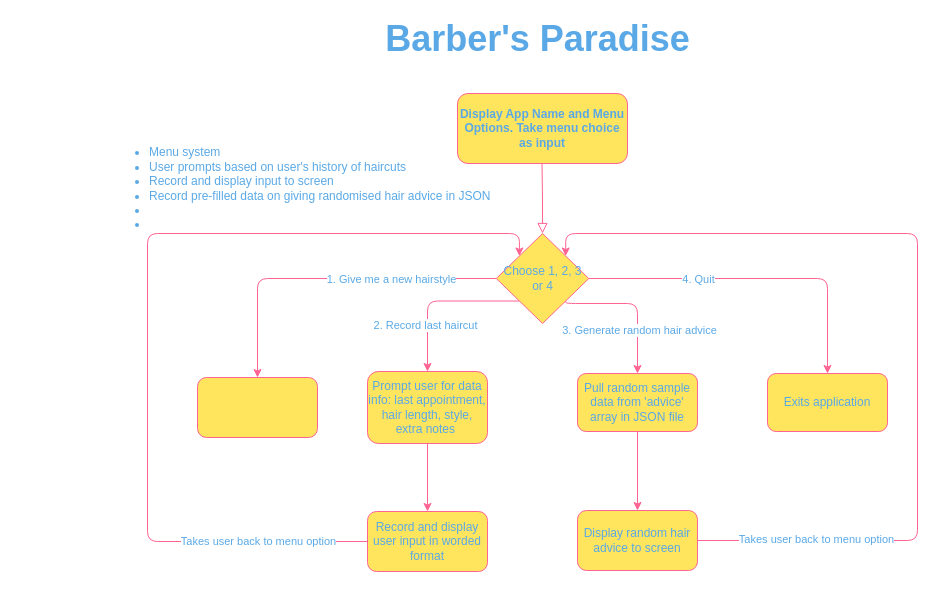
Above: docs/diagram.drawio in karlatolentino/T1A3---Terminal-App (draw.io), before the change. Source tidied: cells renumbered, new cells numbered last; positions are measured from the earlier drawing's top-left corner, leaving out a move shared by most shapes. Both pictures are drawn from the tidied source at 100%, with x=0, y=0 at pixel (107, 23).
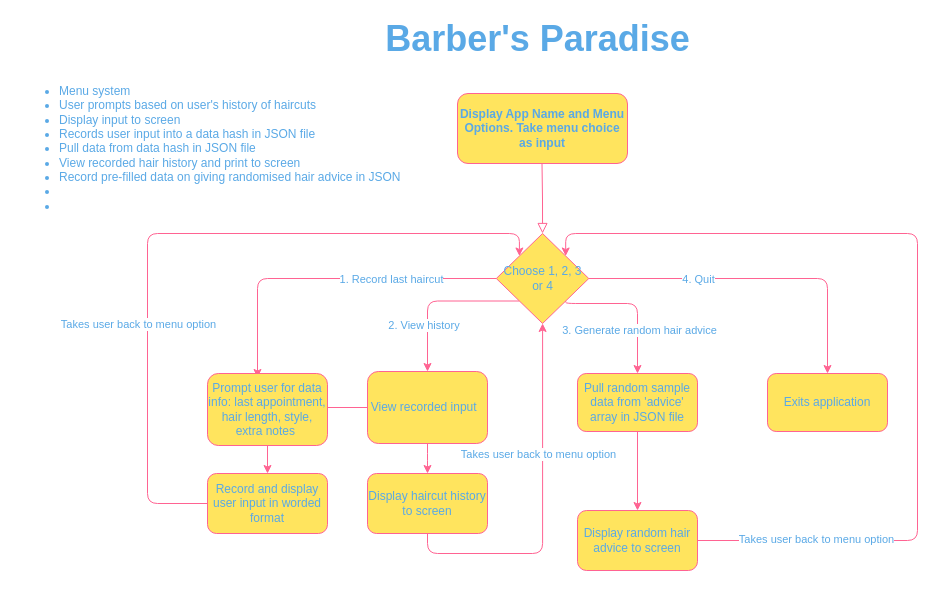
The same diagram, later.

Commit message:
updated flowchart diagram

Unchanged cells that the change refers to:
```xml
<mxCell id="7" style="edgeStyle=orthogonalEdgeStyle;curved=0;rounded=1;sketch=0;jettySize=auto;html=1;exitX=0;exitY=1;exitDx=0;exitDy=0;entryX=0.5;entryY=0;entryDx=0;entryDy=0;strokeColor=#FF6392;fillColor=#FFE45E;fontColor=#5AA9E6;" parent="1" edge="1" source="13" target="16">
  <mxGeometry relative="1" as="geometry" />
</mxCell>
<mxCell id="13" value="Choose 1, 2, 3 or 4" style="rhombus;whiteSpace=wrap;html=1;rounded=0;sketch=0;strokeColor=#FF6392;fillColor=#FFE45E;fontColor=#5AA9E6;" parent="1" vertex="1">
  <mxGeometry x="388.8" y="210" width="92.5" height="90" as="geometry" />
</mxCell>
```

Diff of the diagram source:
```diff
@@
-    <mxCell id="4" value="&lt;ul&gt;&lt;li&gt;Menu system&lt;/li&gt;&lt;li&gt;&lt;span&gt;User prompts based on user's history of haircuts&amp;nbsp;&lt;/span&gt;&lt;br&gt;&lt;/li&gt;&lt;li&gt;&lt;span&gt;Record and display input to screen&amp;nbsp;&lt;/span&gt;&lt;/li&gt;&lt;li&gt;Record pre-filled data on giving randomised hair advice in JSON&lt;/li&gt;&lt;li&gt;&lt;br&gt;&lt;/li&gt;&lt;li&gt;&lt;br&gt;&lt;/li&gt;&lt;/ul&gt;" style="text;html=1;align=left;verticalAlign=middle;fontColor=#5AA9E6;rotation=0;imageAspect=0;" parent="1" vertex="1">
-      <mxGeometry y="110" width="400" height="110" as="geometry" />
+    <mxCell id="4" value="&lt;ul&gt;&lt;li&gt;Menu system&lt;/li&gt;&lt;li&gt;&lt;span&gt;User prompts based on user's history of haircuts&amp;nbsp;&lt;/span&gt;&lt;br&gt;&lt;/li&gt;&lt;li&gt;&lt;span&gt;Display input to screen&lt;/span&gt;&lt;/li&gt;&lt;li&gt;&lt;span&gt;Records user input into a data hash in JSON file&lt;/span&gt;&lt;/li&gt;&lt;li&gt;&lt;span&gt;Pull data from data hash in JSON file&lt;/span&gt;&lt;/li&gt;&lt;li&gt;&lt;span&gt;View recorded hair history and print to screen&lt;/span&gt;&lt;/li&gt;&lt;li&gt;Record pre-filled data on giving randomised hair advice in JSON&lt;/li&gt;&lt;li&gt;&lt;br&gt;&lt;/li&gt;&lt;li&gt;&lt;br&gt;&lt;/li&gt;&lt;/ul&gt;" style="text;html=1;align=left;verticalAlign=middle;fontColor=#5AA9E6;rotation=0;imageAspect=0;" parent="1" vertex="1">
+      <mxGeometry x="-90" y="50" width="400" height="150" as="geometry" />
     </mxCell>
-    <mxCell id="5" style="edgeStyle=orthogonalEdgeStyle;curved=0;rounded=1;sketch=0;jettySize=auto;html=1;strokeColor=#FF6392;fillColor=#FFE45E;fontColor=#5AA9E6;entryX=0.5;entryY=0;entryDx=0;entryDy=0;" parent="1" edge="1" source="13" target="14">
+    <mxCell id="5" style="edgeStyle=orthogonalEdgeStyle;curved=0;rounded=1;sketch=0;jettySize=auto;html=1;strokeColor=#FF6392;fillColor=#FFE45E;fontColor=#5AA9E6;entryX=0.5;entryY=0;entryDx=0;entryDy=0;" parent="1" edge="1" source="13">
       <mxGeometry relative="1" as="geometry">
+        <mxPoint x="150" y="354" as="targetPoint" />
         <Array as="points">
           <mxPoint x="150" y="255" />
         </Array>
       </mxGeometry>
     </mxCell>
-    <mxCell id="6" value="1. Give me a new hairstyle" style="edgeLabel;html=1;align=center;verticalAlign=middle;fontColor=#5AA9E6;" parent="5" vertex="1">
+    <mxCell id="6" value="1. Record last haircut" style="edgeLabel;html=1;align=center;verticalAlign=middle;fontColor=#5AA9E6;" parent="5" vertex="1">
       <mxGeometry x="-0.38" relative="1" as="geometry" />
     </mxCell>
@@
-    <mxCell id="8" value="2. Record last haircut" style="edgeLabel;html=1;align=center;verticalAlign=middle;fontColor=#5AA9E6;" parent="7" vertex="1">
+    <mxCell id="8" value="2. View history&amp;nbsp;" style="edgeLabel;html=1;align=center;verticalAlign=middle;fontColor=#5AA9E6;" parent="7" vertex="1">
       <mxGeometry x="0.43" y="-3" relative="1" as="geometry" />
     </mxCell>
@@
-    <mxCell id="14" style="rounded=1;whiteSpace=wrap;html=1;sketch=0;strokeColor=#FF6392;fillColor=#FFE45E;fontColor=#5AA9E6;" parent="1" vertex="1">
-      <mxGeometry x="90" y="354" width="120" height="60" as="geometry" />
-    </mxCell>
@@
+    <mxCell id="27" style="edgeStyle=orthogonalEdgeStyle;curved=0;rounded=1;sketch=0;jettySize=auto;html=1;strokeColor=#FF6392;fillColor=#FFE45E;fontColor=#5AA9E6;" parent="1" edge="1" source="16" target="30">
+      <mxGeometry relative="1" as="geometry" />
+    </mxCell>
-    <mxCell id="16" value="Prompt user for data info: last appointment, hair length, style, extra notes&amp;nbsp;" style="rounded=1;whiteSpace=wrap;html=1;sketch=0;strokeColor=#FF6392;fillColor=#FFE45E;fontColor=#5AA9E6;" parent="1" vertex="1">
+    <mxCell id="16" value="View recorded input&amp;nbsp;&amp;nbsp;" style="rounded=1;whiteSpace=wrap;html=1;sketch=0;strokeColor=#FF6392;fillColor=#FFE45E;fontColor=#5AA9E6;" parent="1" vertex="1">
       <mxGeometry x="260" y="348" width="120" height="72" as="geometry" />
     </mxCell>
@@
     <mxCell id="24" style="edgeStyle=orthogonalEdgeStyle;curved=0;rounded=1;sketch=0;jettySize=auto;html=1;exitX=0;exitY=0.5;exitDx=0;exitDy=0;entryX=0;entryY=0;entryDx=0;entryDy=0;strokeColor=#FF6392;fillColor=#FFE45E;fontColor=#5AA9E6;" parent="1" edge="1" source="25" target="13">
       <mxGeometry relative="1" as="geometry">
         <Array as="points">
-          <mxPoint x="40" y="518" />
+          <mxPoint x="40" y="480" />
           <mxPoint x="40" y="210" />
           <mxPoint x="412" y="210" />
         </Array>
       </mxGeometry>
     </mxCell>
     <mxCell id="25" value="Record and display user input in worded format" style="whiteSpace=wrap;html=1;rounded=1;fontColor=#5AA9E6;strokeColor=#FF6392;fillColor=#FFE45E;sketch=0;" parent="1" vertex="1">
-      <mxGeometry x="260" y="488" width="120" height="60" as="geometry" />
+      <mxGeometry x="100" y="450" width="120" height="60" as="geometry" />
     </mxCell>
     <mxCell id="26" value="Takes user back to menu option&lt;br&gt;" style="edgeLabel;html=1;align=center;verticalAlign=middle;fontColor=#5AA9E6;" parent="1" vertex="1">
-      <mxGeometry x="150" y="517" as="geometry" />
+      <mxGeometry x="30" y="300" as="geometry" />
     </mxCell>
+    <mxCell id="28" value="Prompt user for data info: last appointment, hair length, style, extra notes&amp;nbsp;" style="rounded=1;whiteSpace=wrap;html=1;sketch=0;strokeColor=#FF6392;fillColor=#FFE45E;fontColor=#5AA9E6;" parent="1" vertex="1">
+      <mxGeometry x="100" y="350" width="120" height="72" as="geometry" />
+    </mxCell>
+    <mxCell id="29" style="edgeStyle=orthogonalEdgeStyle;curved=0;rounded=1;sketch=0;jettySize=auto;html=1;exitX=0.5;exitY=1;exitDx=0;exitDy=0;strokeColor=#FF6392;fillColor=#FFE45E;fontColor=#5AA9E6;" parent="1" edge="1" source="30" target="13">
+      <mxGeometry relative="1" as="geometry" />
+    </mxCell>
+    <mxCell id="30" value="&lt;span&gt;Display haircut history to screen&lt;/span&gt;" style="whiteSpace=wrap;html=1;rounded=1;fontColor=#5AA9E6;strokeColor=#FF6392;fillColor=#FFE45E;sketch=0;" parent="1" vertex="1">
+      <mxGeometry x="260" y="450" width="120" height="60" as="geometry" />
+    </mxCell>
+    <mxCell id="31" value="Takes user back to menu option&lt;br&gt;" style="edgeLabel;html=1;align=center;verticalAlign=middle;fontColor=#5AA9E6;" parent="1" vertex="1">
+      <mxGeometry x="430" y="430" as="geometry" />
+    </mxCell>
```
